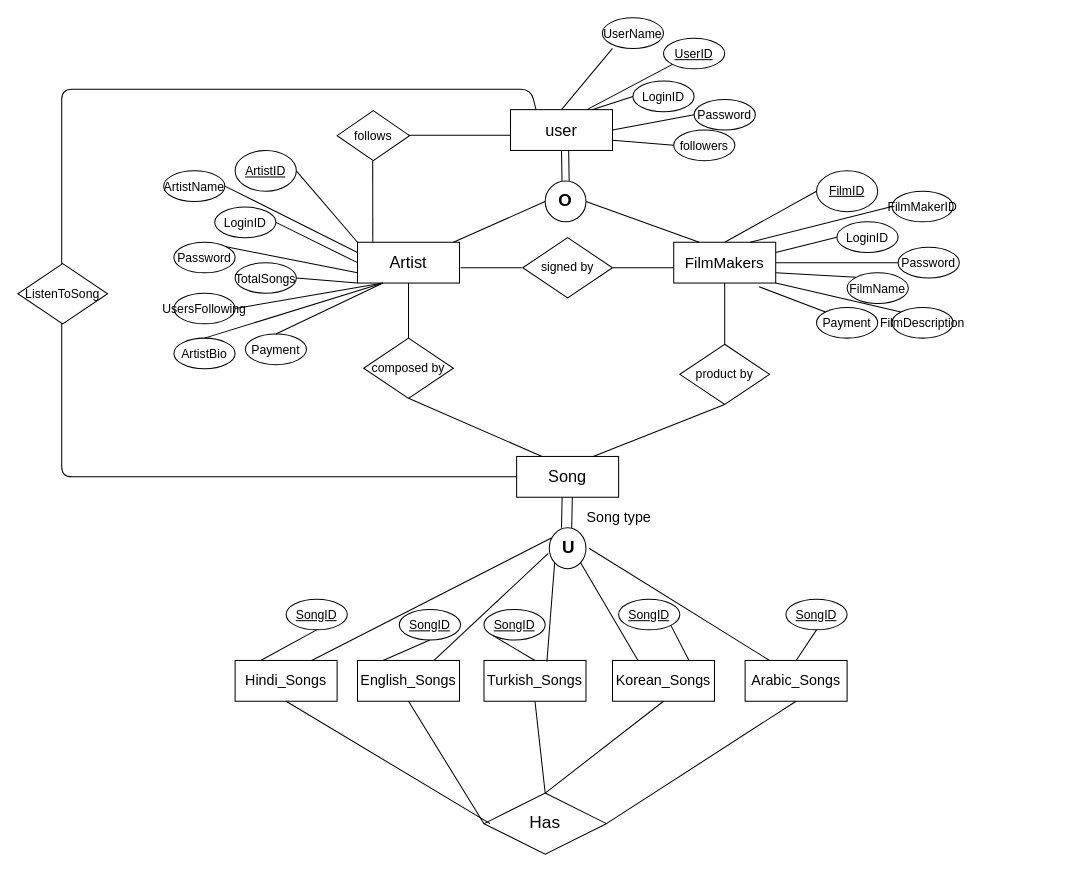
Before: Untitled Diagram.drawio in leenaSH-123/react-leena, a draw.io diagram. Source tidied: cells renumbered, new cells numbered last; positions are measured from the earlier drawing's top-left corner, leaving out a move shared by most shapes. Both pictures are drawn from the tidied source at 102%, with x=0, y=0 at pixel (17, 17).
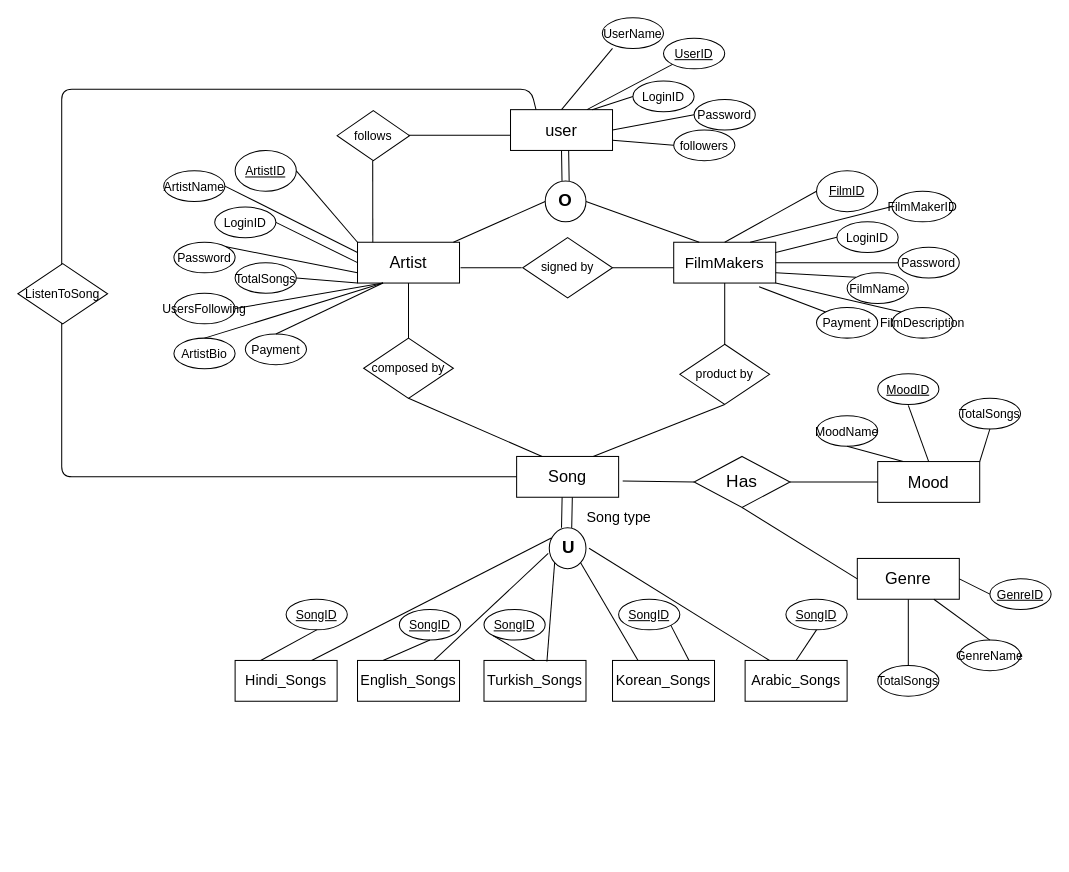
The same page after the edit.

The change refers to these unchanged cells:
```xml
<mxCell id="4" value="&lt;font style=&quot;font-size: 14px&quot;&gt;Hindi_Songs&lt;/font&gt;" style="whiteSpace=wrap;html=1;align=center;" parent="1" vertex="1">
  <mxGeometry x="213" y="630" width="100" height="40" as="geometry" />
</mxCell>
<mxCell id="7" value="&lt;font style=&quot;font-size: 14px&quot;&gt;English_Songs&lt;/font&gt;" style="whiteSpace=wrap;html=1;align=center;" parent="1" vertex="1">
  <mxGeometry x="333" y="630" width="100" height="40" as="geometry" />
</mxCell>
<mxCell id="8" value="&lt;font style=&quot;font-size: 14px&quot;&gt;Arabic_Songs&lt;/font&gt;" style="whiteSpace=wrap;html=1;align=center;" parent="1" vertex="1">
  <mxGeometry x="713" y="630" width="100" height="40" as="geometry" />
</mxCell>
<mxCell id="9" value="&lt;font style=&quot;font-size: 14px&quot;&gt;Turkish_Songs&lt;/font&gt;" style="whiteSpace=wrap;html=1;align=center;" parent="1" vertex="1">
  <mxGeometry x="457" y="630" width="100" height="40" as="geometry" />
</mxCell>
<mxCell id="10" value="&lt;font style=&quot;font-size: 14px&quot;&gt;Korean_Songs&lt;/font&gt;" style="whiteSpace=wrap;html=1;align=center;" parent="1" vertex="1">
  <mxGeometry x="583" y="630" width="100" height="40" as="geometry" />
</mxCell>
```

Diff of the diagram source:
```diff
@@
     <mxCell id="91" value="&lt;font style=&quot;font-size: 17px&quot;&gt;Has&lt;/font&gt;" style="shape=rhombus;perimeter=rhombusPerimeter;whiteSpace=wrap;html=1;align=center;rounded=0;sketch=0;fontSize=12;" parent="1" vertex="1">
-      <mxGeometry x="457" y="760" width="120" height="60" as="geometry" />
+      <mxGeometry x="663" y="430" width="94" height="50" as="geometry" />
     </mxCell>
-    <mxCell id="92" style="endArrow=none;html=1;fontSize=12;entryX=0.5;entryY=1;entryDx=0;entryDy=0;exitX=1;exitY=0.5;exitDx=0;exitDy=0;" parent="1" edge="1" source="91" target="8">
-      <mxGeometry relative="1" as="geometry" />
-    </mxCell>
-    <mxCell id="93" style="endArrow=none;html=1;fontSize=12;entryX=0.5;entryY=1;entryDx=0;entryDy=0;exitX=0.5;exitY=0;exitDx=0;exitDy=0;" parent="1" edge="1" source="91" target="10">
-      <mxGeometry relative="1" as="geometry" />
-    </mxCell>
-    <mxCell id="94" style="endArrow=none;html=1;fontSize=12;entryX=0.5;entryY=1;entryDx=0;entryDy=0;exitX=0.5;exitY=0;exitDx=0;exitDy=0;" parent="1" edge="1" source="91" target="9">
-      <mxGeometry relative="1" as="geometry" />
-    </mxCell>
-    <mxCell id="95" style="endArrow=none;html=1;fontSize=12;entryX=0.5;entryY=1;entryDx=0;entryDy=0;exitX=0;exitY=0.5;exitDx=0;exitDy=0;" parent="1" edge="1" source="91" target="7">
-      <mxGeometry relative="1" as="geometry" />
-    </mxCell>
-    <mxCell id="96" style="endArrow=none;html=1;fontSize=12;entryX=0.5;entryY=1;entryDx=0;entryDy=0;exitX=0.05;exitY=0.5;exitDx=0;exitDy=0;exitPerimeter=0;" parent="1" edge="1" source="91" target="4">
-      <mxGeometry relative="1" as="geometry" />
-    </mxCell>
+    <mxCell id="97" style="endArrow=none;html=1;entryX=0;entryY=0.5;entryDx=0;entryDy=0;" parent="1" edge="1" target="91">
+      <mxGeometry relative="1" as="geometry">
+        <mxPoint x="593" y="454" as="sourcePoint" />
+      </mxGeometry>
+    </mxCell>
+    <mxCell id="98" value="&lt;font style=&quot;font-size: 16px&quot;&gt;Mood&lt;/font&gt;" style="whiteSpace=wrap;html=1;align=center;" parent="1" vertex="1">
+      <mxGeometry x="843" y="435" width="100" height="40" as="geometry" />
+    </mxCell>
+    <mxCell id="99" value="&lt;font style=&quot;font-size: 16px&quot;&gt;Genre&lt;/font&gt;" style="whiteSpace=wrap;html=1;align=center;" parent="1" vertex="1">
+      <mxGeometry x="823" y="530" width="100" height="40" as="geometry" />
+    </mxCell>
+    <mxCell id="100" style="endArrow=none;html=1;entryX=1;entryY=0.5;entryDx=0;entryDy=0;exitX=0;exitY=0.5;exitDx=0;exitDy=0;" parent="1" edge="1" source="98" target="91">
+      <mxGeometry relative="1" as="geometry" />
+    </mxCell>
+    <mxCell id="101" style="endArrow=none;html=1;entryX=0.5;entryY=1;entryDx=0;entryDy=0;exitX=0;exitY=0.5;exitDx=0;exitDy=0;" parent="1" edge="1" source="99" target="91">
+      <mxGeometry relative="1" as="geometry" />
+    </mxCell>
+    <mxCell id="102" value="&lt;font style=&quot;font-size: 12px&quot;&gt;MoodID&lt;/font&gt;" style="ellipse;whiteSpace=wrap;html=1;align=center;fontSize=17;fontStyle=4;" parent="1" vertex="1">
+      <mxGeometry x="843" y="349" width="60" height="30" as="geometry" />
+    </mxCell>
+    <mxCell id="103" value="&lt;font style=&quot;font-size: 12px&quot;&gt;TotalSongs&lt;/font&gt;" style="ellipse;whiteSpace=wrap;html=1;align=center;fontSize=17;" parent="1" vertex="1">
+      <mxGeometry x="923" y="373" width="60" height="30" as="geometry" />
+    </mxCell>
+    <mxCell id="104" value="&lt;font style=&quot;font-size: 12px&quot;&gt;MoodName&lt;/font&gt;" style="ellipse;whiteSpace=wrap;html=1;align=center;fontSize=17;" parent="1" vertex="1">
+      <mxGeometry x="783" y="390" width="60" height="30" as="geometry" />
+    </mxCell>
+    <mxCell id="105" value="&lt;font style=&quot;font-size: 12px&quot;&gt;TotalSongs&lt;/font&gt;" style="ellipse;whiteSpace=wrap;html=1;align=center;fontSize=17;" parent="1" vertex="1">
+      <mxGeometry x="843" y="635" width="60" height="30" as="geometry" />
+    </mxCell>
+    <mxCell id="106" value="&lt;font style=&quot;font-size: 12px&quot;&gt;GenreName&lt;/font&gt;" style="ellipse;whiteSpace=wrap;html=1;align=center;fontSize=17;" parent="1" vertex="1">
+      <mxGeometry x="923" y="610" width="60" height="30" as="geometry" />
+    </mxCell>
+    <mxCell id="107" value="&lt;font style=&quot;font-size: 12px&quot;&gt;&lt;u&gt;GenreID&lt;/u&gt;&lt;/font&gt;" style="ellipse;whiteSpace=wrap;html=1;align=center;fontSize=17;" parent="1" vertex="1">
+      <mxGeometry x="953" y="550" width="60" height="30" as="geometry" />
+    </mxCell>
+    <mxCell id="108" style="endArrow=none;html=1;entryX=0.5;entryY=1;entryDx=0;entryDy=0;exitX=1;exitY=0;exitDx=0;exitDy=0;" parent="1" edge="1" source="98" target="103">
+      <mxGeometry relative="1" as="geometry" />
+    </mxCell>
+    <mxCell id="109" style="endArrow=none;html=1;exitX=0.5;exitY=0;exitDx=0;exitDy=0;" parent="1" edge="1" source="98">
+      <mxGeometry relative="1" as="geometry">
+        <mxPoint x="873" y="380" as="targetPoint" />
+      </mxGeometry>
+    </mxCell>
+    <mxCell id="110" style="endArrow=none;html=1;entryX=0.5;entryY=1;entryDx=0;entryDy=0;exitX=0.25;exitY=0;exitDx=0;exitDy=0;" parent="1" edge="1" source="98" target="104">
+      <mxGeometry relative="1" as="geometry" />
+    </mxCell>
+    <mxCell id="111" style="endArrow=none;html=1;entryX=0;entryY=0.5;entryDx=0;entryDy=0;exitX=1;exitY=0.5;exitDx=0;exitDy=0;" parent="1" edge="1" source="99" target="107">
+      <mxGeometry relative="1" as="geometry" />
+    </mxCell>
+    <mxCell id="112" style="endArrow=none;html=1;entryX=0.5;entryY=0;entryDx=0;entryDy=0;exitX=0.75;exitY=1;exitDx=0;exitDy=0;" parent="1" edge="1" source="99" target="106">
+      <mxGeometry relative="1" as="geometry" />
+    </mxCell>
+    <mxCell id="113" style="endArrow=none;html=1;entryX=0.5;entryY=0;entryDx=0;entryDy=0;exitX=0.5;exitY=1;exitDx=0;exitDy=0;" parent="1" edge="1" source="99" target="105">
+      <mxGeometry relative="1" as="geometry" />
+    </mxCell>
```
